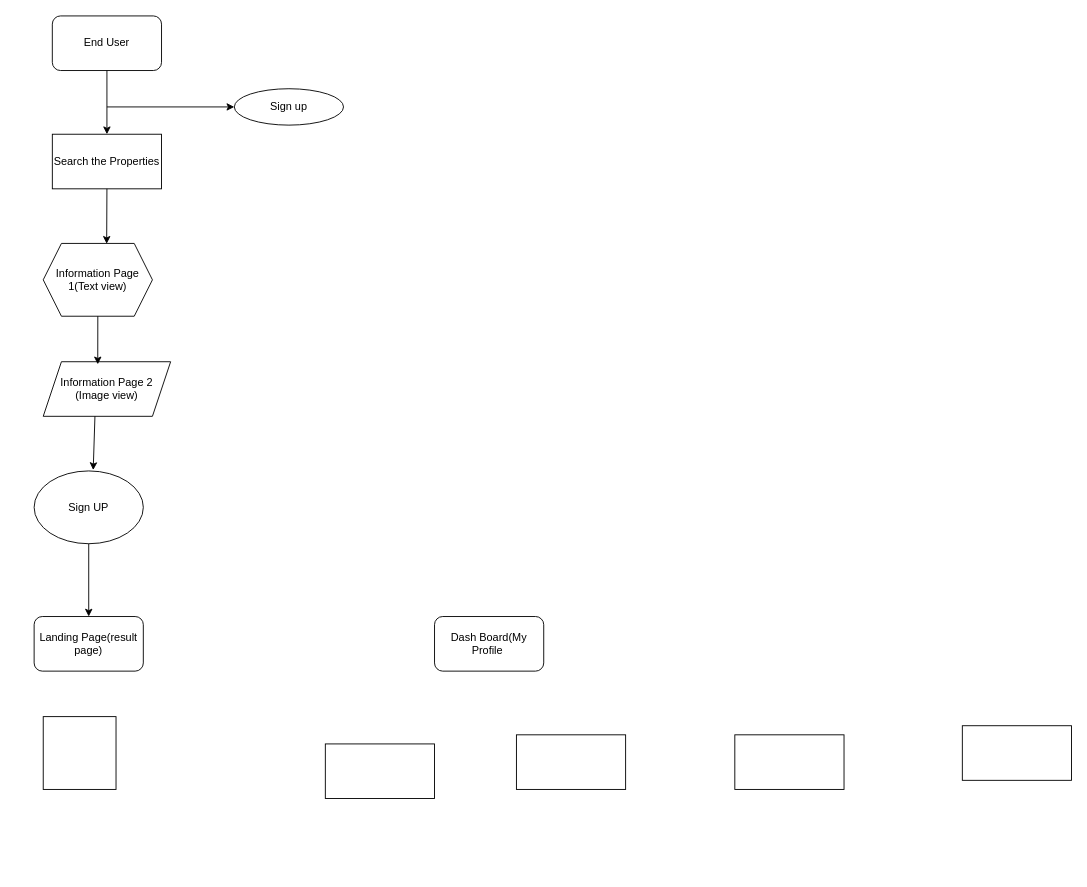
PraveenAutomationTester/Landsandhomes keeps this draw.io diagram as EndUser Diagram.drawio. Above is the earlier version. Source tidied: cells renumbered, new cells numbered last; positions are measured from the earlier drawing's top-left corner, leaving out a move shared by most shapes. Both pictures are drawn from the tidied source at 91%, with x=0, y=0 at pixel (34, 15).
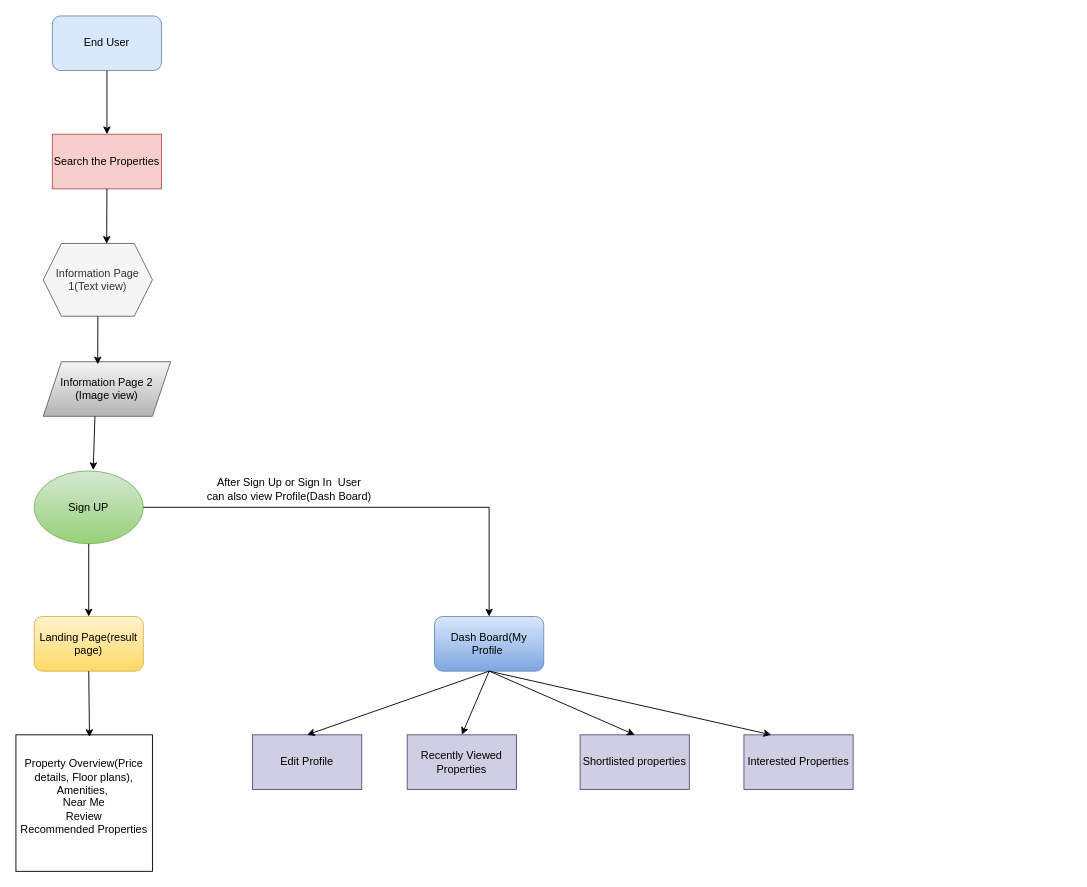
The same page after the edit.

What changed in the source:
```diff
@@
-    <mxCell id="2" value="End User" style="rounded=1;whiteSpace=wrap;html=1;" parent="1" vertex="1">
+    <mxCell id="2" value="End User" style="rounded=1;whiteSpace=wrap;html=1;fillColor=#dae8fc;strokeColor=#6c8ebf;" parent="1" vertex="1">
       <mxGeometry x="20" width="120" height="60" as="geometry" />
     </mxCell>
-    <mxCell id="3" value="Sign up" style="ellipse;whiteSpace=wrap;html=1;" parent="1" vertex="1">
-      <mxGeometry x="220" y="80" width="120" height="40" as="geometry" />
-    </mxCell>
-    <mxCell id="4" value="Search the Properties" style="rounded=0;whiteSpace=wrap;html=1;" parent="1" vertex="1">
+    <mxCell id="4" value="Search the Properties" style="rounded=0;whiteSpace=wrap;html=1;fillColor=#f8cecc;strokeColor=#b85450;" parent="1" vertex="1">
       <mxGeometry x="20" y="130" width="120" height="60" as="geometry" />
     </mxCell>
-    <mxCell id="5" value="Information Page 1(Text view)" style="shape=hexagon;perimeter=hexagonPerimeter2;whiteSpace=wrap;html=1;fixedSize=1;" parent="1" vertex="1">
+    <mxCell id="5" value="Information Page 1(Text view)" style="shape=hexagon;perimeter=hexagonPerimeter2;whiteSpace=wrap;html=1;fixedSize=1;fillColor=#f5f5f5;fontColor=#333333;strokeColor=#666666;" parent="1" vertex="1">
       <mxGeometry x="10" y="250" width="120" height="80" as="geometry" />
     </mxCell>
-    <mxCell id="6" value="Information Page 2 (Image view)" style="shape=parallelogram;perimeter=parallelogramPerimeter;whiteSpace=wrap;html=1;fixedSize=1;" parent="1" vertex="1">
+    <mxCell id="6" value="Information Page 2 (Image view)" style="shape=parallelogram;perimeter=parallelogramPerimeter;whiteSpace=wrap;html=1;fixedSize=1;fillColor=#f5f5f5;gradientColor=#b3b3b3;strokeColor=#666666;" parent="1" vertex="1">
       <mxGeometry x="10" y="380" width="140" height="60" as="geometry" />
     </mxCell>
-    <mxCell id="7" value="Sign UP" style="ellipse;whiteSpace=wrap;html=1;" parent="1" vertex="1">
+    <mxCell id="7" value="Sign UP" style="ellipse;whiteSpace=wrap;html=1;fillColor=#d5e8d4;gradientColor=#97d077;strokeColor=#82b366;" parent="1" vertex="1">
       <mxGeometry y="500" width="120" height="80" as="geometry" />
     </mxCell>
-    <mxCell id="8" value="Landing Page(result page)" style="rounded=1;whiteSpace=wrap;html=1;" parent="1" vertex="1">
+    <mxCell id="8" value="Landing Page(result page)" style="rounded=1;whiteSpace=wrap;html=1;fillColor=#fff2cc;gradientColor=#ffd966;strokeColor=#d6b656;" parent="1" vertex="1">
       <mxGeometry y="660" width="120" height="60" as="geometry" />
     </mxCell>
-    <mxCell id="9" value="Dash Board(My Profile&amp;nbsp;" style="rounded=1;whiteSpace=wrap;html=1;" parent="1" vertex="1">
+    <mxCell id="9" value="Dash Board(My Profile&amp;nbsp;" style="rounded=1;whiteSpace=wrap;html=1;fillColor=#dae8fc;gradientColor=#7ea6e0;strokeColor=#6c8ebf;" parent="1" vertex="1">
       <mxGeometry x="440" y="660" width="120" height="60" as="geometry" />
     </mxCell>
-    <mxCell id="10" style="rounded=0;whiteSpace=wrap;html=1;" parent="1" vertex="1">
-      <mxGeometry x="320" y="800" width="120" height="60" as="geometry" />
-    </mxCell>
-    <mxCell id="11" style="rounded=0;whiteSpace=wrap;html=1;" parent="1" vertex="1">
-      <mxGeometry x="530" y="790" width="120" height="60" as="geometry" />
+    <mxCell id="11" value="Shortlisted properties" style="rounded=0;whiteSpace=wrap;html=1;fillColor=#d0cee2;strokeColor=#56517e;" parent="1" vertex="1">
+      <mxGeometry x="600" y="790" width="120" height="60" as="geometry" />
     </mxCell>
-    <mxCell id="12" style="rounded=0;whiteSpace=wrap;html=1;" parent="1" vertex="1">
-      <mxGeometry x="770" y="790" width="120" height="60" as="geometry" />
-    </mxCell>
-    <mxCell id="13" style="rounded=0;whiteSpace=wrap;html=1;" parent="1" vertex="1">
-      <mxGeometry x="1020" y="780" width="120" height="60" as="geometry" />
+    <mxCell id="13" value="Interested Properties" style="rounded=0;whiteSpace=wrap;html=1;fillColor=#d0cee2;strokeColor=#56517e;" parent="1" vertex="1">
+      <mxGeometry x="780" y="790" width="120" height="60" as="geometry" />
     </mxCell>
-    <mxCell id="14" style="whiteSpace=wrap;html=1;" parent="1" vertex="1">
-      <mxGeometry x="10" y="770" width="80" height="80" as="geometry" />
+    <mxCell id="14" value="Property Overview(Price details, Floor plans), Amenities,&amp;nbsp;&lt;br&gt;Near Me&lt;br&gt;Review&lt;br&gt;Recommended Properties&lt;br&gt;&amp;nbsp;" style="whiteSpace=wrap;html=1;" parent="1" vertex="1">
+      <mxGeometry x="-20" y="790" width="150" height="150" as="geometry" />
     </mxCell>
@@
-    <mxCell id="16" style="endArrow=classic;html=1;rounded=0;entryX=0;entryY=0.5;entryDx=0;entryDy=0;" parent="1" edge="1" target="3">
-      <mxGeometry relative="1" as="geometry">
-        <mxPoint x="80" y="100" as="sourcePoint" />
-      </mxGeometry>
-    </mxCell>
@@
+    <mxCell id="21" value="Edit Profile" style="rounded=0;whiteSpace=wrap;html=1;fillColor=#d0cee2;strokeColor=#56517e;" parent="1" vertex="1">
+      <mxGeometry x="240" y="790" width="120" height="60" as="geometry" />
+    </mxCell>
+    <mxCell id="22" value="Recently Viewed Properties" style="rounded=0;whiteSpace=wrap;html=1;fillColor=#d0cee2;strokeColor=#56517e;" parent="1" vertex="1">
+      <mxGeometry x="410" y="790" width="120" height="60" as="geometry" />
+    </mxCell>
+    <mxCell id="23" style="endArrow=classic;html=1;rounded=0;" parent="1" edge="1">
+      <mxGeometry relative="1" as="geometry">
+        <mxPoint x="500" y="540" as="sourcePoint" />
+        <mxPoint x="500" y="660" as="targetPoint" />
+      </mxGeometry>
+    </mxCell>
+    <mxCell id="24" style="endArrow=classic;html=1;rounded=0;exitX=0.5;exitY=1;exitDx=0;exitDy=0;entryX=0.539;entryY=0.016;entryDx=0;entryDy=0;entryPerimeter=0;" parent="1" edge="1" source="8" target="14">
+      <mxGeometry relative="1" as="geometry" />
+    </mxCell>
+    <mxCell id="25" style="endArrow=classic;html=1;rounded=0;exitX=0.5;exitY=1;exitDx=0;exitDy=0;entryX=0.5;entryY=0;entryDx=0;entryDy=0;" parent="1" edge="1" source="9" target="21">
+      <mxGeometry relative="1" as="geometry" />
+    </mxCell>
+    <mxCell id="26" style="endArrow=classic;html=1;rounded=0;entryX=0.5;entryY=0;entryDx=0;entryDy=0;" parent="1" edge="1" target="22">
+      <mxGeometry relative="1" as="geometry">
+        <mxPoint x="500" y="720" as="sourcePoint" />
+      </mxGeometry>
+    </mxCell>
+    <mxCell id="27" style="endArrow=classic;html=1;rounded=0;exitX=0.5;exitY=1;exitDx=0;exitDy=0;entryX=0.5;entryY=0;entryDx=0;entryDy=0;" parent="1" edge="1" source="9" target="11">
+      <mxGeometry relative="1" as="geometry" />
+    </mxCell>
+    <mxCell id="28" style="endArrow=classic;html=1;rounded=0;entryX=0.25;entryY=0;entryDx=0;entryDy=0;" parent="1" edge="1" target="13">
+      <mxGeometry relative="1" as="geometry">
+        <mxPoint x="500" y="720" as="sourcePoint" />
+      </mxGeometry>
+    </mxCell>
+    <mxCell id="29" style="endArrow=none;html=1;rounded=0;exitX=1;exitY=0.5;exitDx=0;exitDy=0;" parent="1" edge="1" source="7">
+      <mxGeometry relative="1" as="geometry">
+        <mxPoint x="500" y="540" as="targetPoint" />
+      </mxGeometry>
+    </mxCell>
+    <mxCell id="30" value="After Sign Up or Sign In&amp;nbsp; User &lt;br&gt;can also view Profile(Dash Board)" style="text;html=1;align=center;verticalAlign=middle;strokeColor=none;fillColor=none;" parent="1" vertex="1">
+      <mxGeometry x="180" y="500" width="200" height="40" as="geometry" />
+    </mxCell>
```
